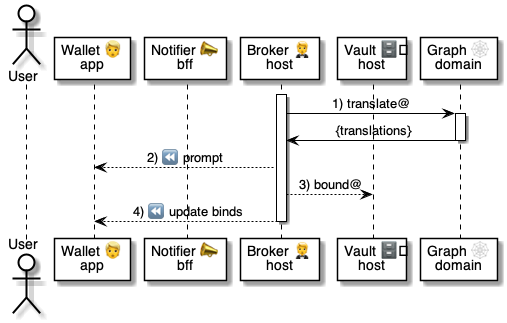
pollyweb-org/pollyweb-docs keeps this PlantUML diagram as 5 ⏩ Flows/10 🤵⏩ Brokers/.📎 Assets/⚙️ Bind vault.png. Above is the earlier version. Its source is kept beside it as 5 ⏩ Flows/10 🤵⏩ Brokers/.📎 Assets/⚙️ Bind vault.puml.
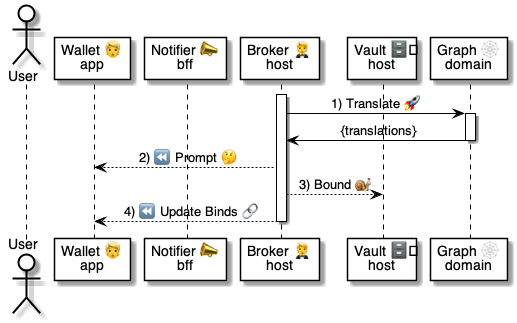
Above is the later version.

What changed in the source:
```diff
@@ -11,16 +11,16 @@
 
 activate broker
 
-    broker -> graph: 1) translate@
+    broker -> graph: 1) Translate 🚀
     activate graph
         graph -> broker: {translations}
     deactivate
 
-    broker --> wallet: 2) ⏪ prompt
+    broker --> wallet: 2) ⏪ Prompt 🤔
 
-    broker --> vault: 3) bound@
+    broker --> vault: 3) Bound 🐌
 
-    broker --> wallet: 4) ⏪ update binds
+    broker --> wallet: 4) ⏪ Update Binds 🔗
 
 deactivate broker
 
```
